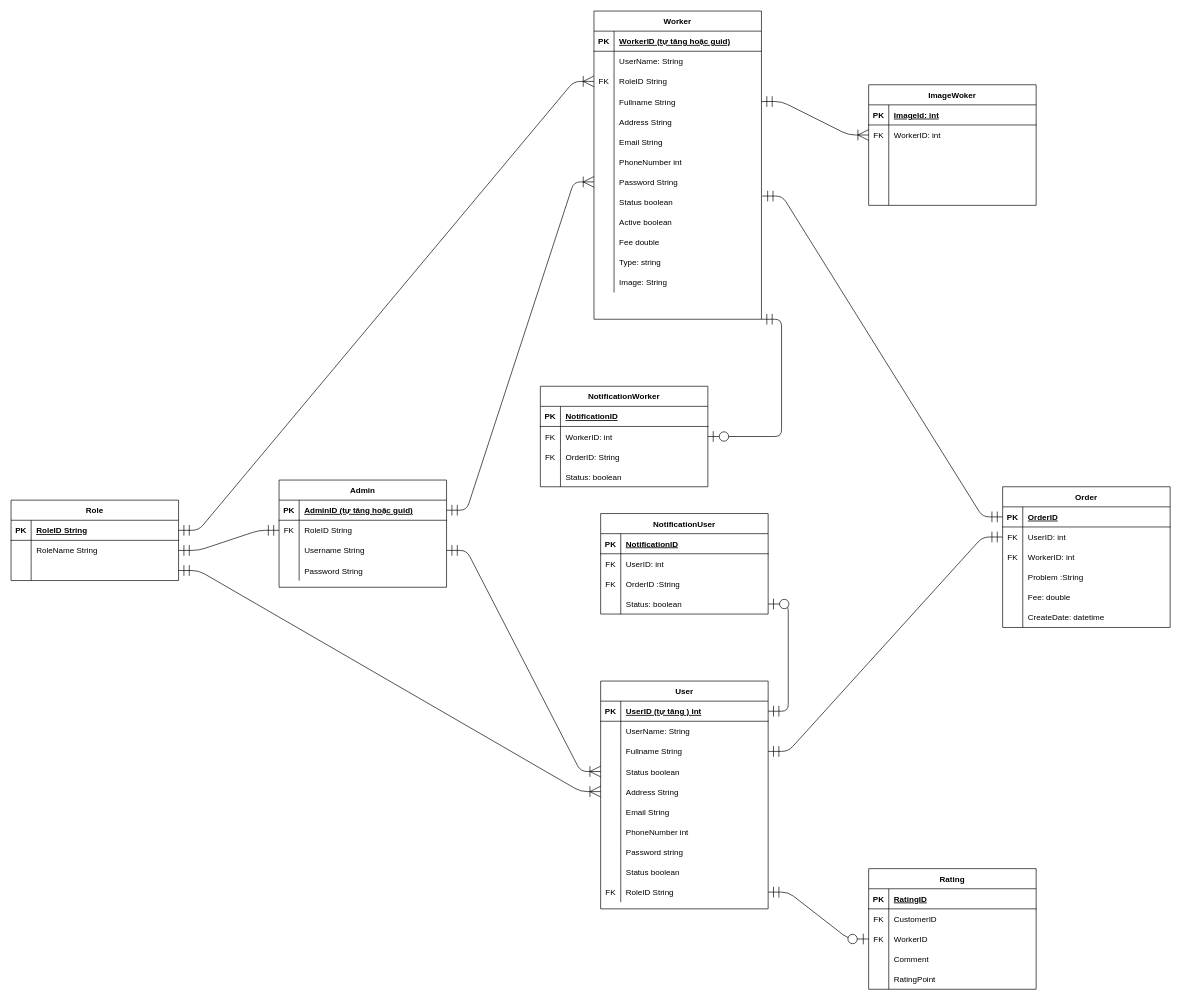
tan0976861/RepairHomeElectricsBooking keeps this draw.io diagram as Database_Version1.drawio. Above is the earlier version. Source tidied: cells renumbered, new cells numbered last; positions are measured from the earlier drawing's top-left corner, leaving out a move shared by most shapes. Both pictures are drawn from the tidied source at 67%, with x=0, y=0 at pixel (11, 11).
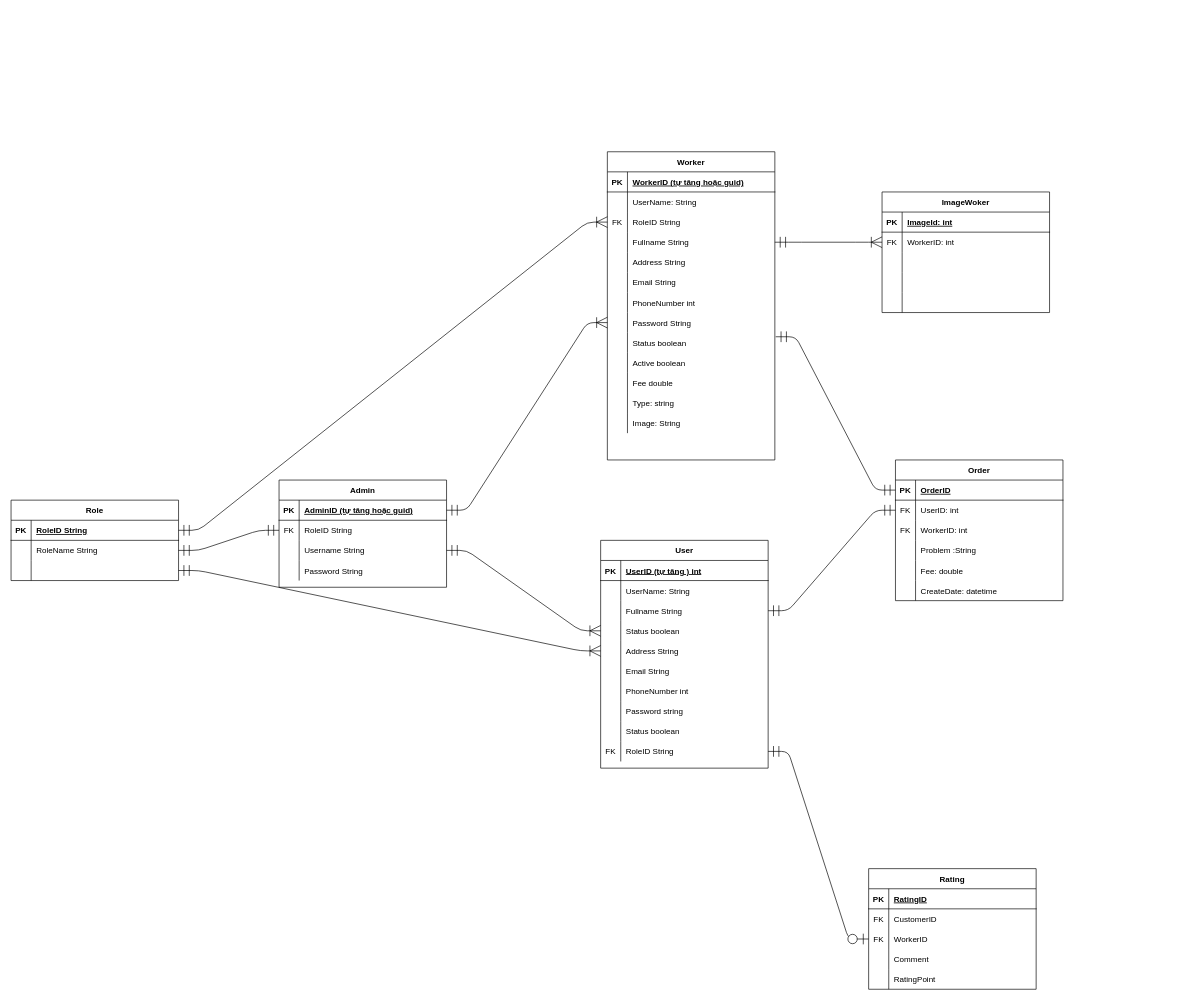
After the change.

Unchanged cells that the change refers to:
```xml
<mxCell id="13" style="shape=partialRectangle;fillColor=none;points=[[0,0.5],[1,0.5]];portConstraint=eastwest;top=0;left=0;right=0;bottom=1;" parent="12" vertex="1">
  <mxGeometry y="30" width="250" height="30" as="geometry" />
</mxCell>
```

What changed in the source:
```diff
@@
     <mxCell id="12" value="User" style="shape=table;startSize=30;childLayout=tableLayout;rowLines=0;fontStyle=1;align=center;" parent="1" vertex="1">
-      <mxGeometry x="880" y="1000" width="250" height="340" as="geometry" />
+      <mxGeometry x="880" y="790" width="250" height="340" as="geometry" />
     </mxCell>
@@
     <mxCell id="43" value="Worker" style="shape=table;startSize=30;childLayout=tableLayout;rowLines=0;fontStyle=1;align=center;" parent="1" vertex="1">
-      <mxGeometry x="870" width="250" height="460" as="geometry" />
+      <mxGeometry x="890" y="210" width="250" height="460" as="geometry" />
     </mxCell>
@@
     <mxCell id="112" value="Order" style="shape=table;startSize=30;childLayout=tableLayout;rowLines=0;fontStyle=1;align=center;" parent="1" vertex="1">
-      <mxGeometry x="1480" y="710" width="250" height="210" as="geometry" />
+      <mxGeometry x="1320" y="670" width="250" height="210" as="geometry" />
     </mxCell>
@@
     <mxCell id="131" value="ImageWoker" style="shape=table;startSize=30;childLayout=tableLayout;rowLines=0;fontStyle=1;align=center;" parent="1" vertex="1">
-      <mxGeometry x="1280" y="110" width="250" height="180" as="geometry" />
+      <mxGeometry x="1300" y="270" width="250" height="180" as="geometry" />
     </mxCell>
@@
-    <mxCell id="156" value="NotificationUser" style="shape=table;startSize=30;childLayout=tableLayout;rowLines=0;fontStyle=1;align=center;" parent="1" vertex="1">
-      <mxGeometry x="880" y="750" width="250" height="150" as="geometry" />
-    </mxCell>
-    <mxCell id="157" style="shape=partialRectangle;fillColor=none;top=0;left=0;right=0;bottom=1;" parent="156" vertex="1">
-      <mxGeometry y="30" width="250" height="30" as="geometry" />
-    </mxCell>
-    <mxCell id="158" value="PK" style="shape=partialRectangle;overflow=hidden;fillColor=none;top=0;left=0;bottom=0;right=0;fontStyle=1;" parent="157" vertex="1">
-      <mxGeometry width="30" height="30" as="geometry" />
-    </mxCell>
-    <mxCell id="159" value="NotificationID" style="shape=partialRectangle;overflow=hidden;fillColor=none;top=0;left=0;bottom=0;right=0;align=left;spacingLeft=6;fontStyle=5;" parent="157" vertex="1">
-      <mxGeometry x="30" width="220" height="30" as="geometry" />
-    </mxCell>
-    <mxCell id="160" style="shape=partialRectangle;fillColor=none;top=0;left=0;right=0;bottom=0;" parent="156" vertex="1">
-      <mxGeometry y="60" width="250" height="30" as="geometry" />
-    </mxCell>
-    <mxCell id="161" value="FK" style="shape=partialRectangle;overflow=hidden;fillColor=none;top=0;left=0;bottom=0;right=0;" parent="160" vertex="1">
-      <mxGeometry width="30" height="30" as="geometry" />
-    </mxCell>
-    <mxCell id="162" value="UserID: int" style="shape=partialRectangle;overflow=hidden;fillColor=none;top=0;left=0;bottom=0;right=0;align=left;spacingLeft=6;" parent="160" vertex="1">
-      <mxGeometry x="30" width="220" height="30" as="geometry" />
-    </mxCell>
-    <mxCell id="163" style="shape=partialRectangle;fillColor=none;top=0;left=0;right=0;bottom=0;" parent="156" vertex="1">
-      <mxGeometry y="90" width="250" height="30" as="geometry" />
-    </mxCell>
-    <mxCell id="164" value="FK" style="shape=partialRectangle;overflow=hidden;fillColor=none;top=0;left=0;bottom=0;right=0;" parent="163" vertex="1">
-      <mxGeometry width="30" height="30" as="geometry" />
-    </mxCell>
-    <mxCell id="165" value="OrderID :String" style="shape=partialRectangle;overflow=hidden;fillColor=none;top=0;left=0;bottom=0;right=0;align=left;spacingLeft=6;" parent="163" vertex="1">
-      <mxGeometry x="30" width="220" height="30" as="geometry" />
-    </mxCell>
-    <mxCell id="166" style="shape=partialRectangle;fillColor=none;points=[[0,0.5],[1,0.5]];portConstraint=eastwest;top=0;left=0;right=0;bottom=0;" parent="156" vertex="1">
-      <mxGeometry y="120" width="250" height="30" as="geometry" />
-    </mxCell>
-    <mxCell id="167" style="shape=partialRectangle;overflow=hidden;fillColor=none;top=0;left=0;bottom=0;right=0;" parent="166" vertex="1">
-      <mxGeometry width="30" height="30" as="geometry" />
-    </mxCell>
-    <mxCell id="168" value="Status: boolean" style="shape=partialRectangle;overflow=hidden;fillColor=none;top=0;left=0;bottom=0;right=0;align=left;spacingLeft=6;" parent="166" vertex="1">
-      <mxGeometry x="30" width="220" height="30" as="geometry" />
-    </mxCell>
-    <mxCell id="169" value="NotificationWorker" style="shape=table;startSize=30;childLayout=tableLayout;rowLines=0;fontStyle=1;align=center;" parent="1" vertex="1">
-      <mxGeometry x="790" y="560" width="250" height="150" as="geometry" />
-    </mxCell>
-    <mxCell id="170" style="shape=partialRectangle;fillColor=none;top=0;left=0;right=0;bottom=1;" parent="169" vertex="1">
-      <mxGeometry y="30" width="250" height="30" as="geometry" />
-    </mxCell>
-    <mxCell id="171" value="PK" style="shape=partialRectangle;overflow=hidden;fillColor=none;top=0;left=0;bottom=0;right=0;fontStyle=1;" parent="170" vertex="1">
-      <mxGeometry width="30" height="30" as="geometry" />
-    </mxCell>
-    <mxCell id="172" value="NotificationID" style="shape=partialRectangle;overflow=hidden;fillColor=none;top=0;left=0;bottom=0;right=0;align=left;spacingLeft=6;fontStyle=5;" parent="170" vertex="1">
-      <mxGeometry x="30" width="220" height="30" as="geometry" />
-    </mxCell>
-    <mxCell id="173" style="shape=partialRectangle;fillColor=none;points=[[0,0.5],[1,0.5]];portConstraint=eastwest;top=0;left=0;right=0;bottom=0;" parent="169" vertex="1">
-      <mxGeometry y="60" width="250" height="30" as="geometry" />
-    </mxCell>
-    <mxCell id="174" value="FK" style="shape=partialRectangle;overflow=hidden;fillColor=none;top=0;left=0;bottom=0;right=0;" parent="173" vertex="1">
-      <mxGeometry width="30" height="30" as="geometry" />
-    </mxCell>
-    <mxCell id="175" value="WorkerID: int" style="shape=partialRectangle;overflow=hidden;fillColor=none;top=0;left=0;bottom=0;right=0;align=left;spacingLeft=6;" parent="173" vertex="1">
-      <mxGeometry x="30" width="220" height="30" as="geometry" />
-    </mxCell>
-    <mxCell id="176" style="shape=partialRectangle;fillColor=none;top=0;left=0;right=0;bottom=0;" parent="169" vertex="1">
-      <mxGeometry y="90" width="250" height="30" as="geometry" />
-    </mxCell>
-    <mxCell id="177" value="FK" style="shape=partialRectangle;overflow=hidden;fillColor=none;top=0;left=0;bottom=0;right=0;" parent="176" vertex="1">
-      <mxGeometry width="30" height="30" as="geometry" />
-    </mxCell>
-    <mxCell id="178" value="OrderID: String" style="shape=partialRectangle;overflow=hidden;fillColor=none;top=0;left=0;bottom=0;right=0;align=left;spacingLeft=6;" parent="176" vertex="1">
-      <mxGeometry x="30" width="220" height="30" as="geometry" />
-    </mxCell>
-    <mxCell id="179" style="shape=partialRectangle;fillColor=none;top=0;left=0;right=0;bottom=0;" parent="169" vertex="1">
-      <mxGeometry y="120" width="250" height="30" as="geometry" />
-    </mxCell>
-    <mxCell id="180" style="shape=partialRectangle;overflow=hidden;fillColor=none;top=0;left=0;bottom=0;right=0;" parent="179" vertex="1">
-      <mxGeometry width="30" height="30" as="geometry" />
-    </mxCell>
-    <mxCell id="181" value="Status: boolean" style="shape=partialRectangle;overflow=hidden;fillColor=none;top=0;left=0;bottom=0;right=0;align=left;spacingLeft=6;" parent="179" vertex="1">
-      <mxGeometry x="30" width="220" height="30" as="geometry" />
-    </mxCell>
-    <mxCell id="182" style="edgeStyle=entityRelationEdgeStyle;fontSize=12;html=1;endArrow=ERzeroToOne;startArrow=ERmandOne;startSize=14;endSize=14;sourcePerimeterSpacing=8;targetPerimeterSpacing=8;entryX=1;entryY=0.5;entryDx=0;entryDy=0;exitX=1;exitY=0.5;exitDx=0;exitDy=0;" parent="1" edge="1" source="13" target="166">
-      <mxGeometry relative="1" as="geometry" />
-    </mxCell>
-    <mxCell id="183" style="edgeStyle=entityRelationEdgeStyle;fontSize=12;html=1;endArrow=ERzeroToOne;startArrow=ERmandOne;startSize=14;endSize=14;sourcePerimeterSpacing=8;targetPerimeterSpacing=8;entryX=1;entryY=0.5;entryDx=0;entryDy=0;" parent="1" edge="1" target="173">
-      <mxGeometry relative="1" as="geometry">
-        <mxPoint x="1120" y="460" as="sourcePoint" />
-      </mxGeometry>
-    </mxCell>
```
